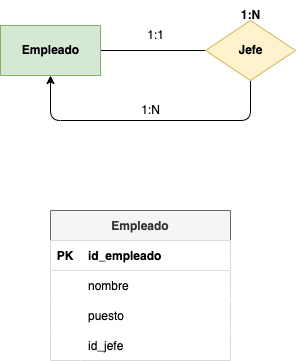
deylansystem/actividadesBAE keeps this draw.io diagram as tareas/tarea-3/images/ejercicio15.drawio.png. Above is the earlier version. Source tidied: cells renumbered, new cells last; positions are measured from the earlier drawing's top-left corner, leaving out a move shared by most shapes.
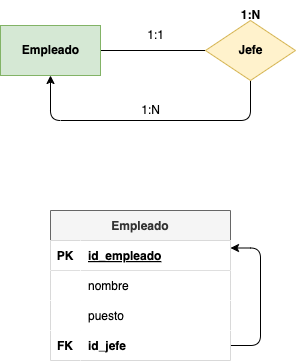
Above is the later version.

Change to the diagram source:
```diff
@@ -37,7 +37,7 @@
     <mxCell id="11" value="PK" style="shape=partialRectangle;fillColor=#FFFFFF;top=0;left=0;bottom=0;right=0;fontStyle=1;overflow=hidden;fontColor=#000000;" parent="10" vertex="1">
       <mxGeometry width="30" height="30" as="geometry" />
     </mxCell>
-    <mxCell id="12" value="id_empleado" style="shape=partialRectangle;fillColor=#FFFFFF;top=0;left=0;bottom=0;right=0;align=left;spacingLeft=6;fontStyle=1;overflow=hidden;fontColor=#000000;" parent="10" vertex="1">
+    <mxCell id="12" value="id_empleado" style="shape=partialRectangle;fillColor=#FFFFFF;top=0;left=0;bottom=0;right=0;align=left;spacingLeft=6;fontStyle=5;overflow=hidden;fontColor=#000000;" parent="10" vertex="1">
       <mxGeometry x="30" width="150" height="30" as="geometry" />
     </mxCell>
     <mxCell id="13" style="shape=tableRow;horizontal=0;startSize=0;swimlaneHead=0;swimlaneBody=0;fillColor=#FFFFFF;top=0;left=0;right=0;bottom=0;fontColor=#000000;" parent="9" vertex="1">
@@ -58,13 +58,21 @@
     <mxCell id="18" value="puesto" style="shape=partialRectangle;fillColor=#FFFFFF;top=0;left=0;bottom=0;right=0;align=left;spacingLeft=6;overflow=hidden;fontColor=#000000;" parent="16" vertex="1">
       <mxGeometry x="30" width="150" height="30" as="geometry" />
     </mxCell>
+    <mxCell id="22" style="edgeStyle=orthogonalEdgeStyle;html=1;exitX=1;exitY=0.5;exitDx=0;exitDy=0;entryX=1;entryY=0.25;entryDx=0;entryDy=0;" parent="9" edge="1" source="19" target="9">
+      <mxGeometry relative="1" as="geometry">
+        <Array as="points">
+          <mxPoint x="210" y="135" />
+          <mxPoint x="210" y="38" />
+        </Array>
+      </mxGeometry>
+    </mxCell>
     <mxCell id="19" style="shape=tableRow;horizontal=0;startSize=0;swimlaneHead=0;swimlaneBody=0;fillColor=#FFFFFF;points=[[0,0.5],[1,0.5]];portConstraint=eastwest;top=0;left=0;right=0;bottom=0;fontColor=#000000;" parent="9" vertex="1">
       <mxGeometry y="120" width="180" height="30" as="geometry" />
     </mxCell>
-    <mxCell id="20" style="shape=partialRectangle;fillColor=#FFFFFF;top=0;left=0;bottom=0;right=0;overflow=hidden;fontColor=#000000;" parent="19" vertex="1">
+    <mxCell id="20" value="FK" style="shape=partialRectangle;fillColor=#FFFFFF;top=0;left=0;bottom=0;right=0;overflow=hidden;fontColor=#000000;fontStyle=1;" parent="19" vertex="1">
       <mxGeometry width="30" height="30" as="geometry" />
     </mxCell>
-    <mxCell id="21" value="id_jefe" style="shape=partialRectangle;fillColor=#FFFFFF;top=0;left=0;bottom=0;right=0;align=left;spacingLeft=6;overflow=hidden;fontColor=#000000;" parent="19" vertex="1">
+    <mxCell id="21" value="id_jefe" style="shape=partialRectangle;fillColor=#FFFFFF;top=0;left=0;bottom=0;right=0;align=left;spacingLeft=6;overflow=hidden;fontColor=#000000;fontStyle=1;" parent="19" vertex="1">
       <mxGeometry x="30" width="150" height="30" as="geometry" />
     </mxCell>
   </root>
```
